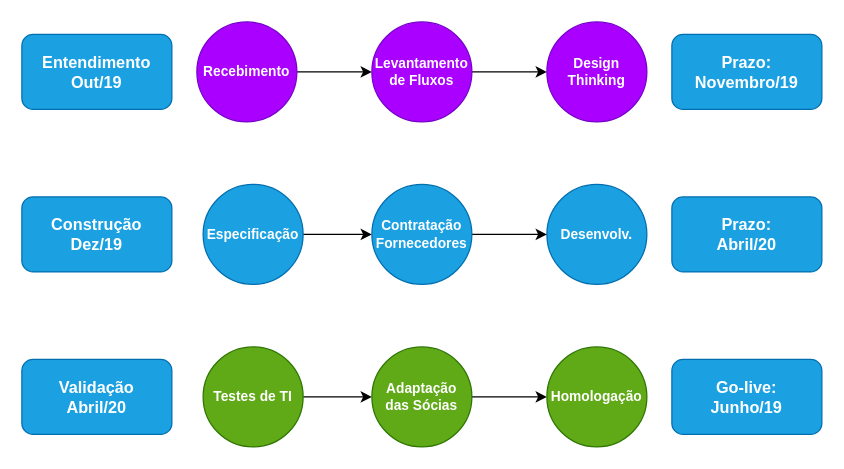
The draw.io diagram Untitled Diagram.drawio in anlugifa/drawio, before the edit. Source tidied: cells renumbered, new cells numbered last; positions are measured from the earlier drawing's top-left corner, leaving out a move shared by most shapes. Both pictures are drawn from the tidied source at 125%, with x=0, y=0 at pixel (21, 21).
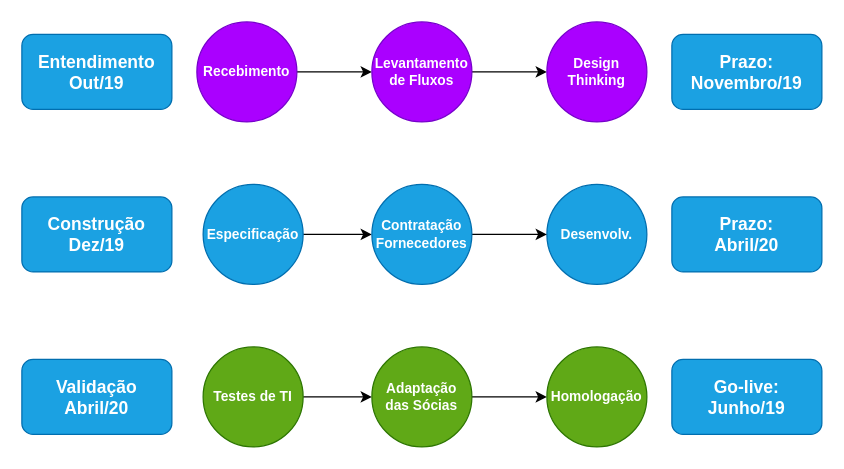
Above is the later version.

Diff of the diagram source:
```diff
@@
-    <mxCell id="17" value="Entendimento&lt;br&gt;Out/19" style="rounded=1;whiteSpace=wrap;html=1;fillColor=#1ba1e2;strokeColor=#006EAF;fontColor=#ffffff;fontStyle=1;fontSize=13;" parent="1" vertex="1">
+    <mxCell id="17" value="Entendimento&lt;br style=&quot;font-size: 14px;&quot;&gt;Out/19" style="rounded=1;whiteSpace=wrap;html=1;fillColor=#1ba1e2;strokeColor=#006EAF;fontColor=#ffffff;fontStyle=1;fontSize=14;" parent="1" vertex="1">
       <mxGeometry y="10" width="120" height="60" as="geometry" />
     </mxCell>
-    <mxCell id="18" value="Construção&lt;br&gt;Dez/19" style="rounded=1;whiteSpace=wrap;html=1;fillColor=#1ba1e2;strokeColor=#006EAF;fontColor=#ffffff;fontStyle=1;fontSize=13;" parent="1" vertex="1">
+    <mxCell id="18" value="Construção&lt;br style=&quot;font-size: 14px;&quot;&gt;Dez/19" style="rounded=1;whiteSpace=wrap;html=1;fillColor=#1ba1e2;strokeColor=#006EAF;fontColor=#ffffff;fontStyle=1;fontSize=14;" parent="1" vertex="1">
       <mxGeometry y="140" width="120" height="60" as="geometry" />
     </mxCell>
-    <mxCell id="19" value="Validação&lt;br&gt;Abril/20" style="rounded=1;whiteSpace=wrap;html=1;fillColor=#1ba1e2;strokeColor=#006EAF;fontColor=#ffffff;fontStyle=1;fontSize=13;" parent="1" vertex="1">
+    <mxCell id="19" value="Validação&lt;br style=&quot;font-size: 14px;&quot;&gt;Abril/20" style="rounded=1;whiteSpace=wrap;html=1;fillColor=#1ba1e2;strokeColor=#006EAF;fontColor=#ffffff;fontStyle=1;fontSize=14;" parent="1" vertex="1">
       <mxGeometry y="270" width="120" height="60" as="geometry" />
     </mxCell>
-    <mxCell id="20" value="Prazo:&lt;br&gt;Novembro/19" style="rounded=1;whiteSpace=wrap;html=1;fillColor=#1ba1e2;strokeColor=#006EAF;fontColor=#ffffff;fontStyle=1;fontSize=13;" parent="1" vertex="1">
+    <mxCell id="20" value="Prazo:&lt;br style=&quot;font-size: 14px;&quot;&gt;Novembro/19" style="rounded=1;whiteSpace=wrap;html=1;fillColor=#1ba1e2;strokeColor=#006EAF;fontColor=#ffffff;fontStyle=1;fontSize=14;" parent="1" vertex="1">
       <mxGeometry x="520" y="10" width="120" height="60" as="geometry" />
     </mxCell>
-    <mxCell id="21" value="Prazo:&lt;br&gt;Abril/20" style="rounded=1;whiteSpace=wrap;html=1;fillColor=#1ba1e2;strokeColor=#006EAF;fontColor=#ffffff;fontStyle=1;fontSize=13;" parent="1" vertex="1">
+    <mxCell id="21" value="Prazo:&lt;br style=&quot;font-size: 14px;&quot;&gt;Abril/20" style="rounded=1;whiteSpace=wrap;html=1;fillColor=#1ba1e2;strokeColor=#006EAF;fontColor=#ffffff;fontStyle=1;fontSize=14;" parent="1" vertex="1">
       <mxGeometry x="520" y="140" width="120" height="60" as="geometry" />
     </mxCell>
-    <mxCell id="22" value="Go-live:&lt;br&gt;Junho/19" style="rounded=1;whiteSpace=wrap;html=1;fillColor=#1ba1e2;strokeColor=#006EAF;fontColor=#ffffff;fontStyle=1;fontSize=13;" parent="1" vertex="1">
+    <mxCell id="22" value="Go-live:&lt;br style=&quot;font-size: 14px;&quot;&gt;Junho/19" style="rounded=1;whiteSpace=wrap;html=1;fillColor=#1ba1e2;strokeColor=#006EAF;fontColor=#ffffff;fontStyle=1;fontSize=14;" parent="1" vertex="1">
       <mxGeometry x="520" y="270" width="120" height="60" as="geometry" />
     </mxCell>
```
